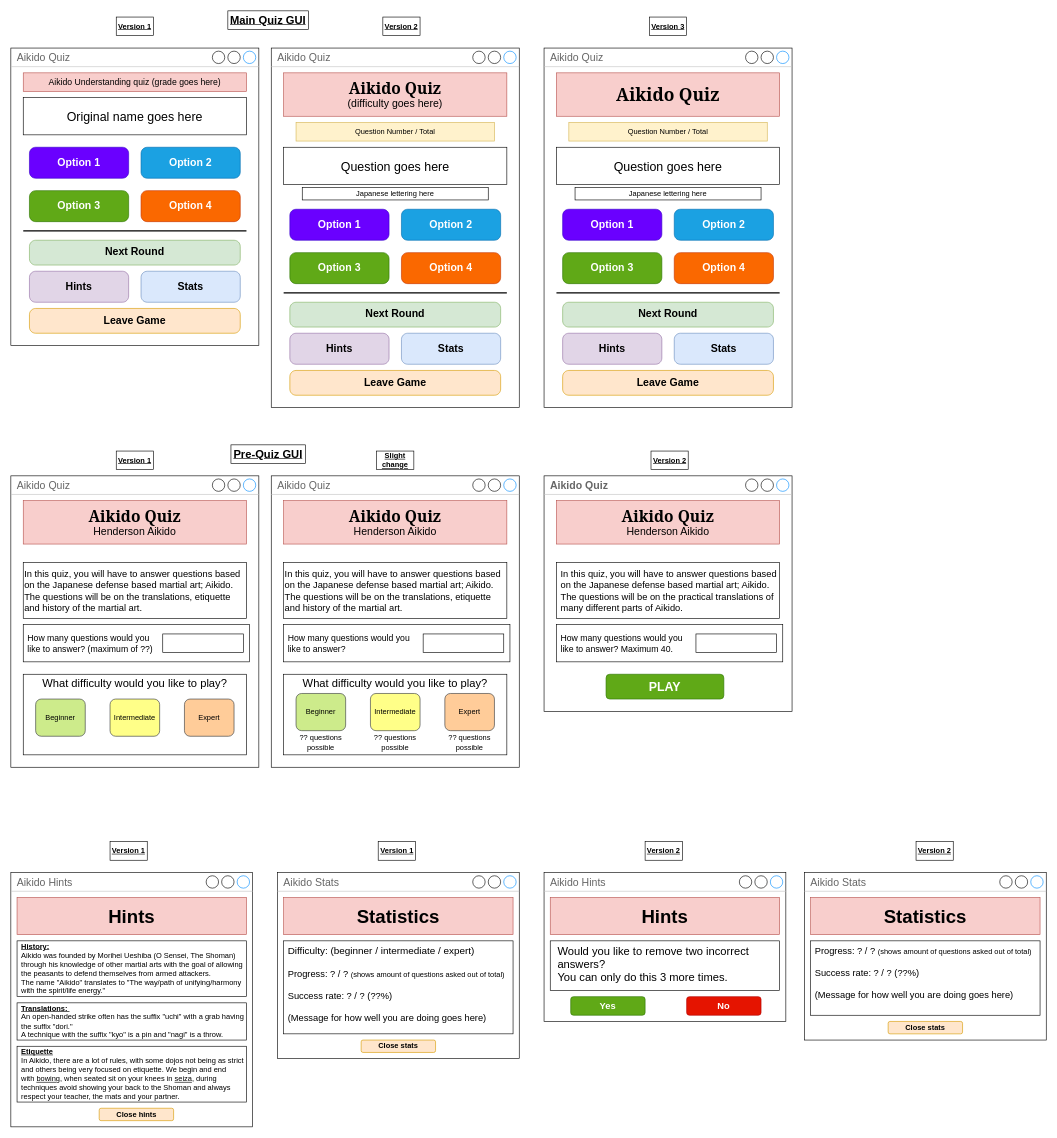
Earlier version of the draw.io diagram page "GUIs" (1 of 4) of quiz_planning.drawio (Lord-Zane1225/L3_Aikido_quiz). Source tidied: cells renumbered, new cells numbered last; positions are measured from the earlier drawing's top-left corner, leaving out a move shared by most shapes. Both pictures are drawn from the tidied source at 62%, with x=0, y=0 at pixel (11, 11).
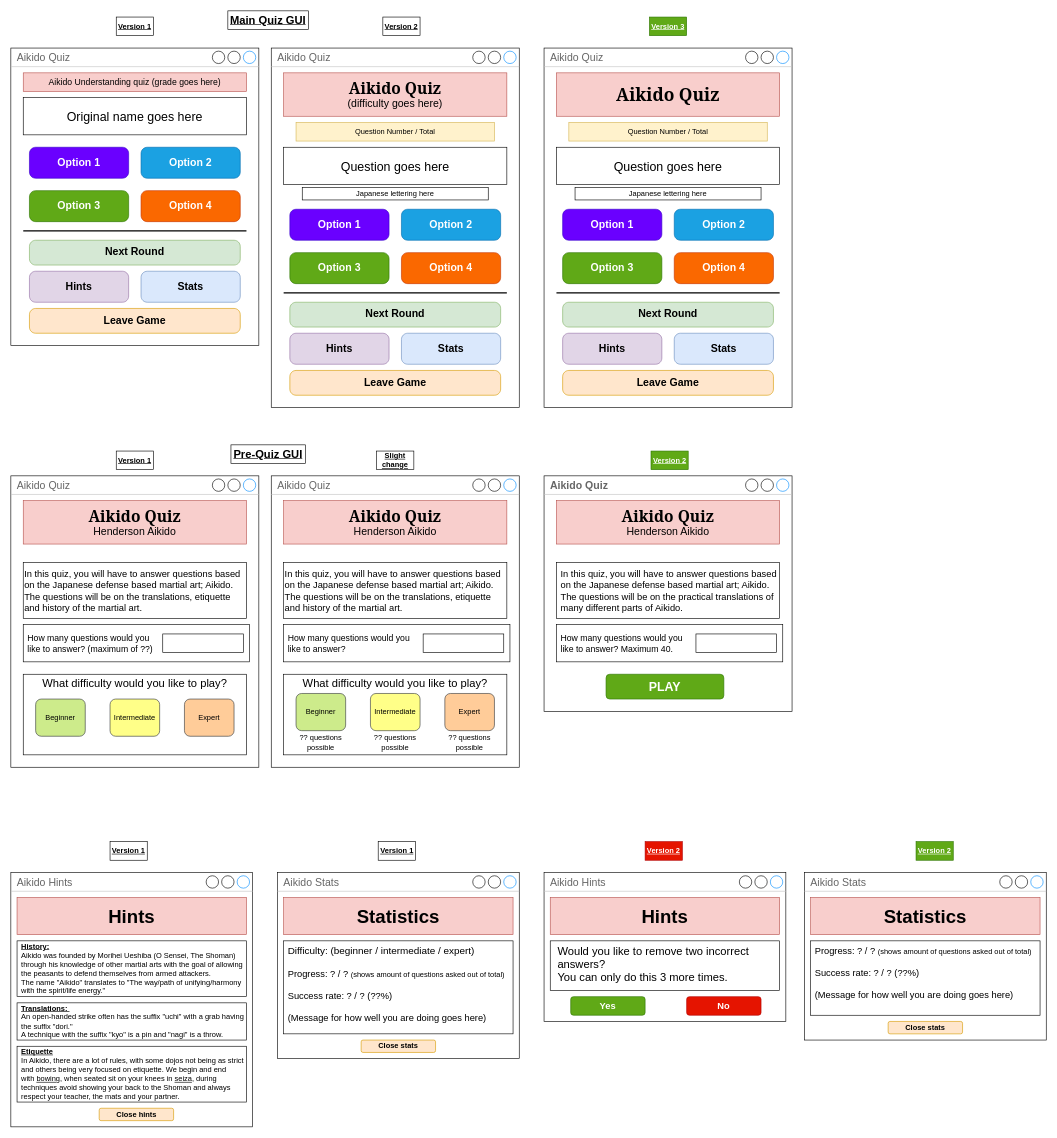
Above is the later version.

Commit message:
final version planning and kanban

Diff of the diagram source:
```diff
@@
-    <mxCell id="71" value="&lt;b&gt;&lt;u&gt;Version 3&lt;/u&gt;&lt;/b&gt;" style="text;html=1;whiteSpace=wrap;align=center;verticalAlign=middle;rounded=0;strokeColor=default;fillColor=default;" parent="1" vertex="1">
+    <mxCell id="71" value="&lt;b&gt;&lt;u&gt;Version 3&lt;/u&gt;&lt;/b&gt;" style="text;html=1;whiteSpace=wrap;align=center;verticalAlign=middle;rounded=0;strokeColor=#2D7600;fillColor=#60a917;fontColor=#ffffff;" parent="1" vertex="1">
       <mxGeometry x="1030" y="10" width="60" height="30" as="geometry" />
     </mxCell>
@@
-    <mxCell id="94" value="&lt;b&gt;&lt;u&gt;Version 2&lt;/u&gt;&lt;/b&gt;" style="text;html=1;whiteSpace=wrap;align=center;verticalAlign=middle;rounded=0;strokeColor=default;fillColor=default;" parent="1" vertex="1">
+    <mxCell id="94" value="&lt;b&gt;&lt;u&gt;Version 2&lt;/u&gt;&lt;/b&gt;" style="text;html=1;whiteSpace=wrap;align=center;verticalAlign=middle;rounded=0;strokeColor=#2D7600;fillColor=#60a917;fontColor=#ffffff;" parent="1" vertex="1">
       <mxGeometry x="1032.5" y="710" width="60" height="30" as="geometry" />
     </mxCell>
@@
-    <mxCell id="97" value="&lt;b&gt;&lt;u&gt;Version 2&lt;/u&gt;&lt;/b&gt;" style="text;html=1;whiteSpace=wrap;align=center;verticalAlign=middle;rounded=0;strokeColor=default;fillColor=default;" parent="1" vertex="1">
+    <mxCell id="97" value="&lt;b&gt;&lt;u&gt;Version 2&lt;/u&gt;&lt;/b&gt;" style="text;html=1;whiteSpace=wrap;align=center;verticalAlign=middle;rounded=0;strokeColor=#B20000;fillColor=#e51400;fontColor=#ffffff;" parent="1" vertex="1">
       <mxGeometry x="1023" y="1340" width="60" height="30" as="geometry" />
     </mxCell>
-    <mxCell id="98" value="&lt;b&gt;&lt;u&gt;Version 2&lt;/u&gt;&lt;/b&gt;" style="text;html=1;whiteSpace=wrap;align=center;verticalAlign=middle;rounded=0;strokeColor=default;fillColor=default;" parent="1" vertex="1">
+    <mxCell id="98" value="&lt;b&gt;&lt;u&gt;Version 2&lt;/u&gt;&lt;/b&gt;" style="text;html=1;whiteSpace=wrap;align=center;verticalAlign=middle;rounded=0;strokeColor=#2D7600;fillColor=#60a917;fontColor=#ffffff;" parent="1" vertex="1">
       <mxGeometry x="1460" y="1340" width="60" height="30" as="geometry" />
     </mxCell>
```
